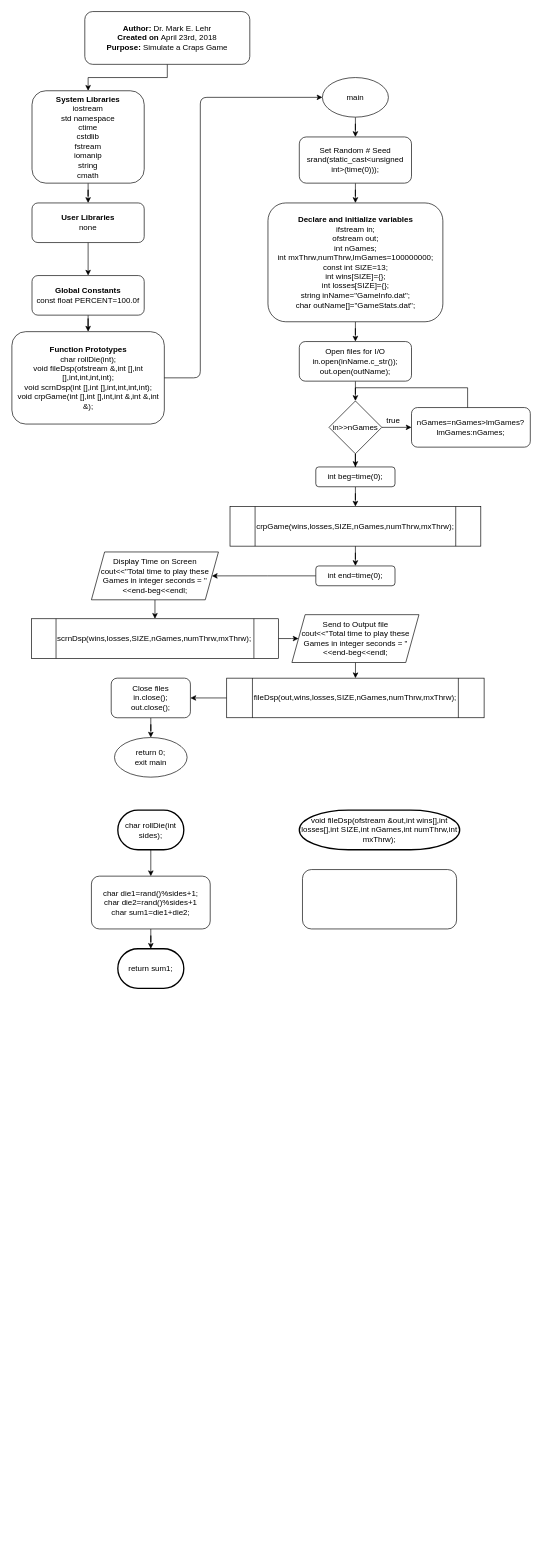
This is Lab/CrapsFlowchart.drawio from ak2798094/KoksalAttila_CIS17A_43396, a draw.io file, before an edit. Source tidied: cells renumbered, new cells numbered last; positions are measured from the earlier drawing's top-left corner, leaving out a move shared by most shapes. Both pictures are drawn from the tidied source at 66%, with x=0, y=0 at pixel (12, 11).
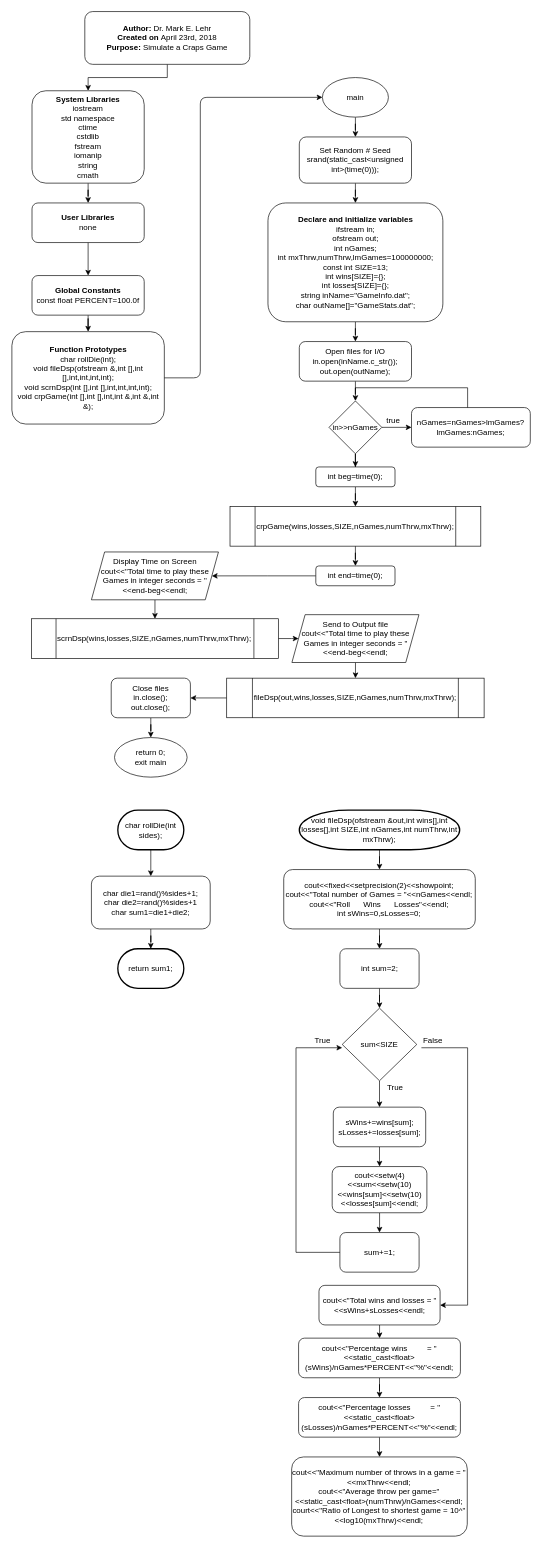
After the change.

Commit message (it also covers changes not shown here):
Signed-off-by: ak2798094 <akoksal@student.rccd.edu>

The change refers to these unchanged cells:
```xml
<mxCell id="49" value="void fileDsp(ofstream &amp;amp;out,int wins[],int losses[],int SIZE,int nGames,int numThrw,int mxThrw);" style="strokeWidth=2;html=1;shape=mxgraph.flowchart.terminator;whiteSpace=wrap;" parent="1" vertex="1">
  <mxGeometry x="435" y="1210" width="243" height="60" as="geometry" />
</mxCell>
```

What changed in the source:
```diff
@@
+    <mxCell id="51" style="edgeStyle=orthogonalEdgeStyle;rounded=0;jettySize=auto;html=1;" parent="1" edge="1" source="49" target="50">
+      <mxGeometry relative="1" as="geometry" />
+    </mxCell>
@@
+    <mxCell id="52" style="edgeStyle=orthogonalEdgeStyle;rounded=0;jettySize=auto;html=1;" parent="1" edge="1" source="50" target="54">
+      <mxGeometry relative="1" as="geometry" />
+    </mxCell>
-    <mxCell id="50" style="rounded=1;whiteSpace=wrap;html=1;" parent="1" vertex="1">
-      <mxGeometry x="439.8" y="1300" width="233.5" height="90" as="geometry" />
+    <mxCell id="50" value="cout&amp;lt;&amp;lt;fixed&amp;lt;&amp;lt;setprecision(2)&amp;lt;&amp;lt;showpoint;&lt;br&gt;cout&amp;lt;&amp;lt;&quot;Total number of Games = &quot;&amp;lt;&amp;lt;nGames&amp;lt;&amp;lt;endl;&lt;br&gt;cout&amp;lt;&amp;lt;&quot;Roll&amp;nbsp; &amp;nbsp; &amp;nbsp; Wins&amp;nbsp; &amp;nbsp; &amp;nbsp; Losses&quot;&amp;lt;&amp;lt;endl;&lt;br&gt;int sWins=0,sLosses=0;" style="rounded=1;whiteSpace=wrap;html=1;" parent="1" vertex="1">
+      <mxGeometry x="411.4" y="1300" width="290.2" height="90" as="geometry" />
     </mxCell>
+    <mxCell id="53" style="edgeStyle=orthogonalEdgeStyle;rounded=0;jettySize=auto;html=1;" parent="1" edge="1" source="54" target="56">
+      <mxGeometry relative="1" as="geometry" />
+    </mxCell>
+    <mxCell id="54" value="int sum=2;" style="rounded=1;whiteSpace=wrap;html=1;" parent="1" vertex="1">
+      <mxGeometry x="496.5" y="1420" width="120" height="60" as="geometry" />
+    </mxCell>
+    <mxCell id="55" style="edgeStyle=orthogonalEdgeStyle;rounded=0;jettySize=auto;html=1;" parent="1" edge="1" source="56" target="58">
+      <mxGeometry relative="1" as="geometry" />
+    </mxCell>
+    <mxCell id="56" value="sum&amp;lt;SIZE" style="rhombus;whiteSpace=wrap;html=1;" parent="1" vertex="1">
+      <mxGeometry x="500" y="1510" width="113" height="110" as="geometry" />
+    </mxCell>
+    <mxCell id="57" style="edgeStyle=orthogonalEdgeStyle;rounded=0;jettySize=auto;html=1;" parent="1" edge="1" source="58" target="61">
+      <mxGeometry relative="1" as="geometry" />
+    </mxCell>
+    <mxCell id="58" value="sWins+=wins[sum];&lt;br&gt;sLosses+=losses[sum];" style="rounded=1;whiteSpace=wrap;html=1;" parent="1" vertex="1">
+      <mxGeometry x="486.5" y="1660" width="140" height="60" as="geometry" />
+    </mxCell>
+    <mxCell id="59" value="True" style="text;html=1;align=center;verticalAlign=middle;" parent="1" vertex="1">
+      <mxGeometry x="560" y="1620" width="40" height="20" as="geometry" />
+    </mxCell>
+    <mxCell id="60" style="edgeStyle=orthogonalEdgeStyle;rounded=0;jettySize=auto;html=1;" parent="1" edge="1" source="61" target="62">
+      <mxGeometry relative="1" as="geometry" />
+    </mxCell>
+    <mxCell id="61" value="cout&amp;lt;&amp;lt;setw(4)&amp;lt;&amp;lt;sum&amp;lt;&amp;lt;setw(10)&amp;lt;&amp;lt;wins[sum]&amp;lt;&amp;lt;setw(10)&amp;lt;&amp;lt;losses[sum]&amp;lt;&amp;lt;endl;" style="rounded=1;whiteSpace=wrap;html=1;" parent="1" vertex="1">
+      <mxGeometry x="484.8" y="1750" width="143.5" height="70" as="geometry" />
+    </mxCell>
+    <mxCell id="62" value="sum+=1;" style="rounded=1;whiteSpace=wrap;html=1;" parent="1" vertex="1">
+      <mxGeometry x="496.5" y="1850" width="120" height="60" as="geometry" />
+    </mxCell>
+    <mxCell id="63" style="endArrow=none;html=1;" parent="1" edge="1">
+      <mxGeometry relative="1" as="geometry">
+        <mxPoint x="430" y="1880" as="sourcePoint" />
+        <mxPoint x="496.5" y="1880" as="targetPoint" />
+      </mxGeometry>
+    </mxCell>
+    <mxCell id="64" style="endArrow=none;html=1;" parent="1" edge="1">
+      <mxGeometry relative="1" as="geometry">
+        <mxPoint x="430" y="1880" as="sourcePoint" />
+        <mxPoint x="430" y="1570" as="targetPoint" />
+      </mxGeometry>
+    </mxCell>
+    <mxCell id="65" style="endArrow=classic;html=1;" parent="1" edge="1">
+      <mxGeometry relative="1" as="geometry">
+        <mxPoint x="430" y="1570" as="sourcePoint" />
+        <mxPoint x="500" y="1570" as="targetPoint" />
+      </mxGeometry>
+    </mxCell>
+    <mxCell id="66" value="True" style="text;html=1;align=center;verticalAlign=middle;" parent="1" vertex="1">
+      <mxGeometry x="450" y="1550" width="40" height="20" as="geometry" />
+    </mxCell>
+    <mxCell id="67" style="edgeStyle=orthogonalEdgeStyle;rounded=0;jettySize=auto;html=1;" parent="1" edge="1" source="68" target="74">
+      <mxGeometry relative="1" as="geometry" />
+    </mxCell>
+    <mxCell id="68" value="cout&amp;lt;&amp;lt;&quot;Total wins and losses = &quot;&amp;lt;&amp;lt;sWins+sLosses&amp;lt;&amp;lt;endl;" style="rounded=1;whiteSpace=wrap;html=1;" parent="1" vertex="1">
+      <mxGeometry x="464.8" y="1930" width="183.5" height="60" as="geometry" />
+    </mxCell>
+    <mxCell id="69" style="endArrow=none;html=1;" parent="1" edge="1">
+      <mxGeometry relative="1" as="geometry">
+        <mxPoint x="690" y="1570" as="sourcePoint" />
+        <mxPoint x="620" y="1570" as="targetPoint" />
+      </mxGeometry>
+    </mxCell>
+    <mxCell id="70" style="endArrow=none;html=1;" parent="1" edge="1">
+      <mxGeometry relative="1" as="geometry">
+        <mxPoint x="690" y="1960" as="sourcePoint" />
+        <mxPoint x="690" y="1570" as="targetPoint" />
+      </mxGeometry>
+    </mxCell>
+    <mxCell id="71" style="endArrow=classic;html=1;entryX=1;entryY=0.5;entryDx=0;entryDy=0;" parent="1" edge="1" target="68">
+      <mxGeometry relative="1" as="geometry">
+        <mxPoint x="690" y="1960" as="sourcePoint" />
+      </mxGeometry>
+    </mxCell>
+    <mxCell id="72" value="False" style="text;html=1;align=center;verticalAlign=middle;" parent="1" vertex="1">
+      <mxGeometry x="616.5" y="1550" width="40" height="20" as="geometry" />
+    </mxCell>
+    <mxCell id="73" style="edgeStyle=orthogonalEdgeStyle;rounded=0;jettySize=auto;html=1;" parent="1" edge="1" source="74" target="76">
+      <mxGeometry relative="1" as="geometry" />
+    </mxCell>
+    <mxCell id="74" value="cout&amp;lt;&amp;lt;&quot;Percentage wins&amp;nbsp; &amp;nbsp; &amp;nbsp; &amp;nbsp; &amp;nbsp;= &quot;&amp;lt;&amp;lt;static_cast&amp;lt;float&amp;gt;(sWins)/nGames*PERCENT&amp;lt;&amp;lt;&quot;%&quot;&amp;lt;&amp;lt;endl;" style="rounded=1;whiteSpace=wrap;html=1;" parent="1" vertex="1">
+      <mxGeometry x="433.9" y="2010" width="245.2" height="60" as="geometry" />
+    </mxCell>
+    <mxCell id="75" style="edgeStyle=orthogonalEdgeStyle;rounded=0;jettySize=auto;html=1;" parent="1" edge="1" source="76" target="77">
+      <mxGeometry relative="1" as="geometry" />
+    </mxCell>
+    <mxCell id="76" value="cout&amp;lt;&amp;lt;&quot;Percentage losses&amp;nbsp; &amp;nbsp; &amp;nbsp; &amp;nbsp; &amp;nbsp;= &quot;&amp;lt;&amp;lt;static_cast&amp;lt;float&amp;gt;(sLosses)/nGames*PERCENT&amp;lt;&amp;lt;&quot;%&quot;&amp;lt;&amp;lt;endl;" style="rounded=1;whiteSpace=wrap;html=1;" parent="1" vertex="1">
+      <mxGeometry x="433.9" y="2100" width="245.2" height="60" as="geometry" />
+    </mxCell>
+    <mxCell id="77" value="cout&amp;lt;&amp;lt;&quot;Maximum number of throws in a game = &quot;&amp;lt;&amp;lt;mxThrw&amp;lt;&amp;lt;endl;&lt;br&gt;cout&amp;lt;&amp;lt;&quot;Average throw per game=&quot;&amp;lt;&amp;lt;static_cast&amp;lt;float&amp;gt;(numThrw)/nGames&amp;lt;&amp;lt;endl;&lt;br&gt;court&amp;lt;&amp;lt;&quot;Ratio of Longest to shortest game = 10^&quot;&amp;lt;&amp;lt;log10(mxThrw)&amp;lt;&amp;lt;endl;" style="rounded=1;whiteSpace=wrap;html=1;" parent="1" vertex="1">
+      <mxGeometry x="423.4" y="2190" width="266.1" height="120" as="geometry" />
+    </mxCell>
```
